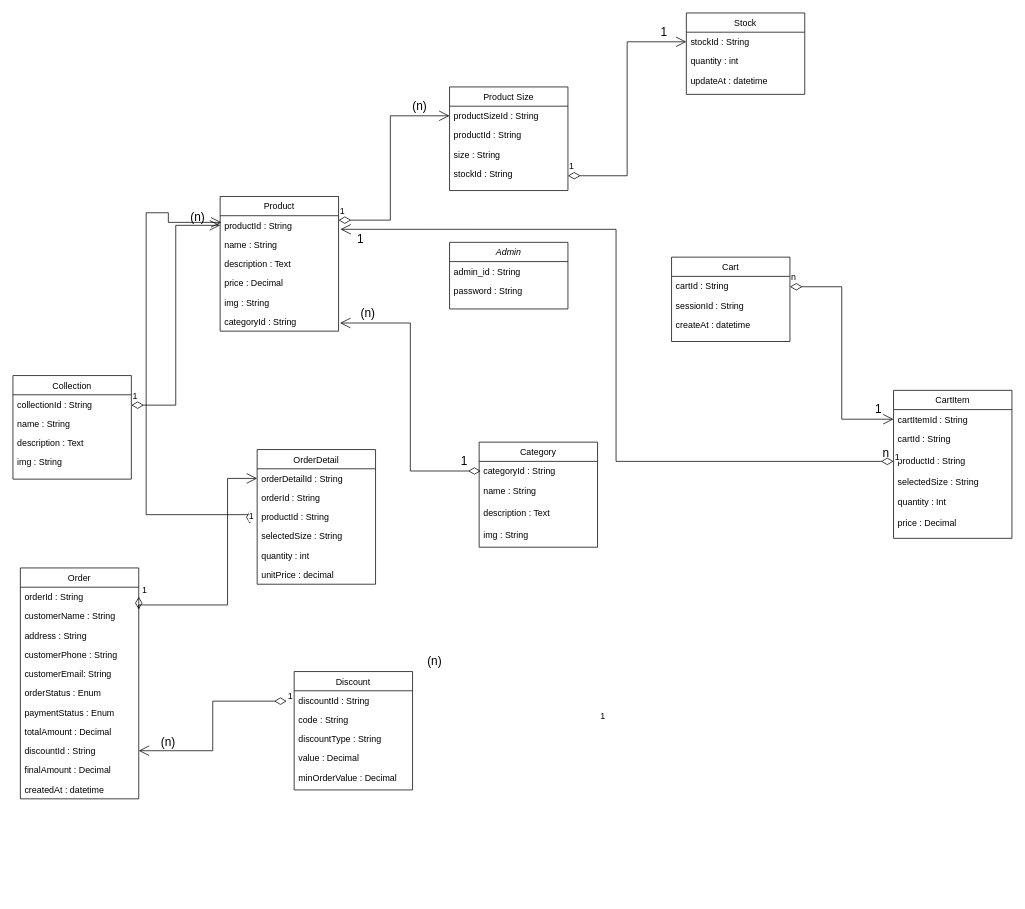
Earlier version of the draw.io diagram classDiagram.drawio (HoanqHaiw/ecommerce-fs-chatbox). Source tidied: cells renumbered, new cells numbered last; positions are measured from the earlier drawing's top-left corner, leaving out a move shared by most shapes. Both pictures are drawn from the tidied source at 74%, with x=0, y=0 at pixel (13, 13).
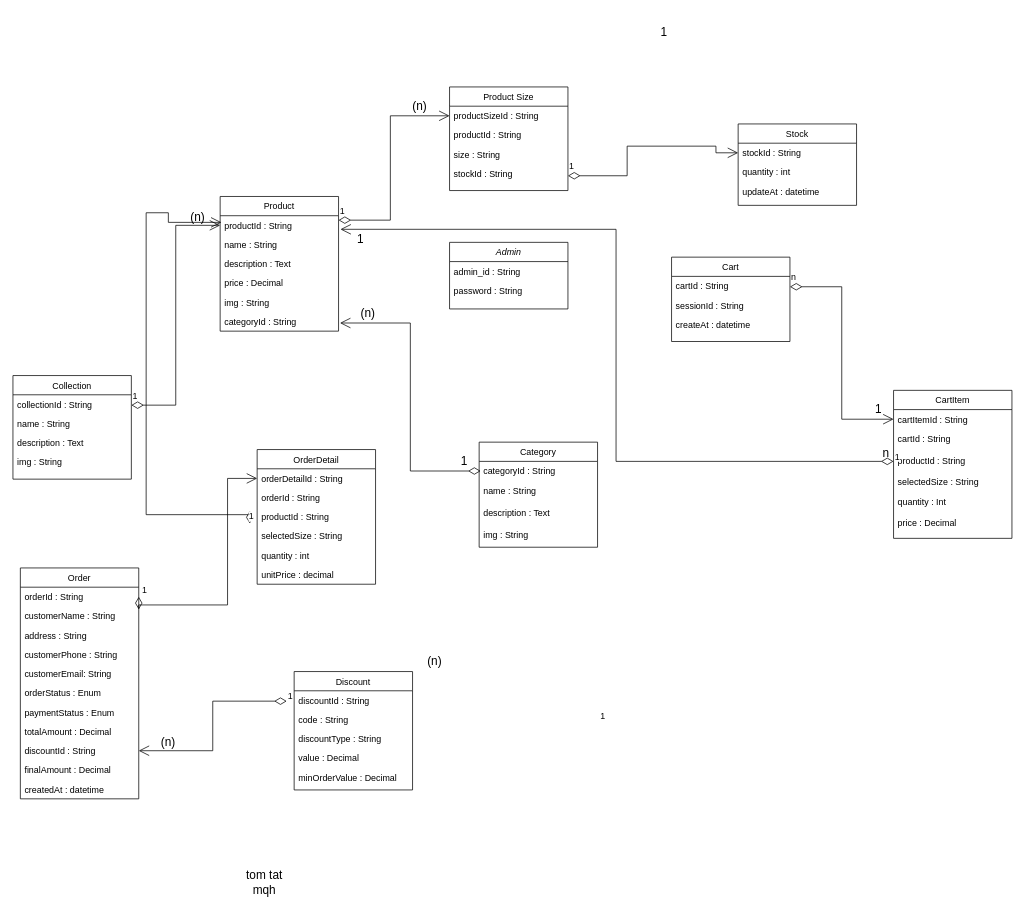
The same diagram, later.

The change refers to these unchanged cells:
```xml
<mxCell id="41" value="stockId : String" style="text;align=left;verticalAlign=top;spacingLeft=4;spacingRight=4;overflow=hidden;points=[[0,0.5],[1,0.5]];portConstraint=eastwest;" parent="40" vertex="1">
  <mxGeometry y="26" width="160" height="26" as="geometry" />
</mxCell>
```

The edit, as a diff of the source:
```diff
@@
     <mxCell id="40" value="Stock" style="swimlane;fontStyle=0;align=center;verticalAlign=top;horizontal=1;startSize=26;rounded=0;shadow=0;strokeWidth=1;" parent="1" vertex="1">
-      <mxGeometry x="910" width="160" height="110" as="geometry" />
+      <mxGeometry x="980" y="150" width="160" height="110" as="geometry" />
     </mxCell>
@@
     <mxCell id="71" value="1" style="endArrow=open;html=1;endSize=12;startArrow=diamondThin;startSize=14;startFill=0;edgeStyle=orthogonalEdgeStyle;align=left;verticalAlign=bottom;rounded=0;fontSize=12;entryX=0;entryY=0.5;entryDx=0;entryDy=0;" parent="1" edge="1" target="41">
       <mxGeometry x="-1" y="3" relative="1" as="geometry">
         <mxPoint x="750" y="220" as="sourcePoint" />
         <Array as="points">
           <mxPoint x="830" y="220" />
-          <mxPoint x="830" y="39" />
+          <mxPoint x="830" y="180" />
+          <mxPoint x="950" y="180" />
         </Array>
       </mxGeometry>
     </mxCell>
@@
+    <mxCell id="86" value="tom tat mqh" style="text;html=1;whiteSpace=wrap;strokeColor=none;fillColor=none;align=center;verticalAlign=middle;rounded=0;fontSize=16;" parent="1" vertex="1">
+      <mxGeometry x="310" y="1160" width="60" height="30" as="geometry" />
+    </mxCell>
```
